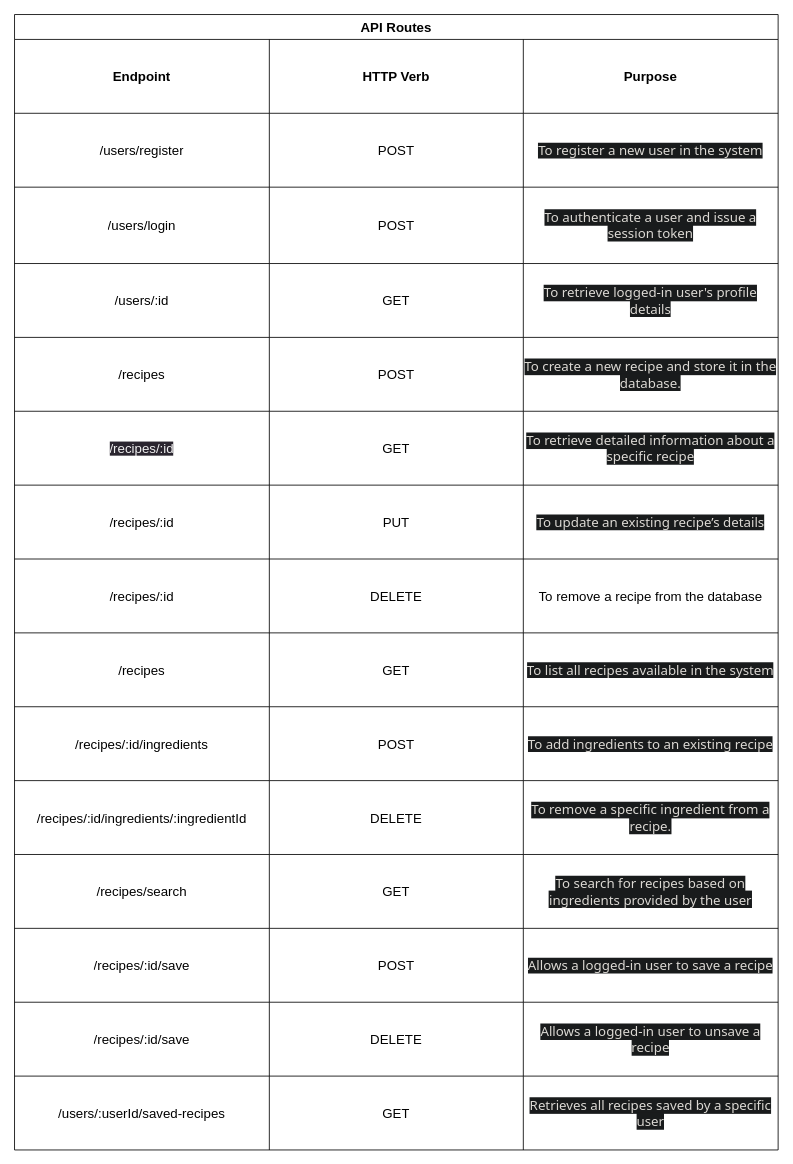
Before: planning/api_routes.drawio in christopherthai/chefmate-ai, a draw.io diagram. Source tidied: cells renumbered, new cells numbered last; positions are measured from the earlier drawing's top-left corner, leaving out a move shared by most shapes. Both pictures are drawn from the tidied source at 83%, with x=0, y=0 at pixel (14, 14).
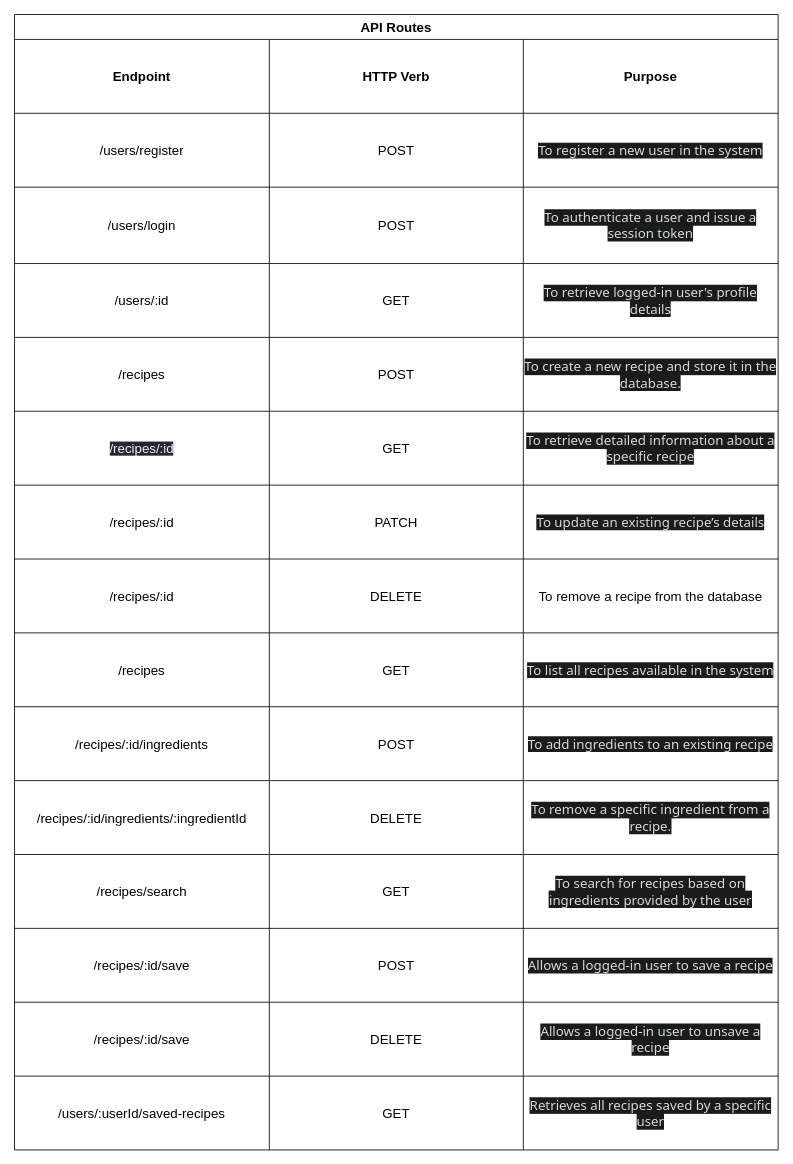
Above is the later version.

Unchanged cells that the change refers to:
```xml
<mxCell id="27" style="shape=tableRow;horizontal=0;startSize=0;swimlaneHead=0;swimlaneBody=0;top=0;left=0;bottom=0;right=0;fillColor=none;" parent="2" vertex="1">
  <mxGeometry y="567" width="920" height="89" as="geometry" />
</mxCell>
```

Change to the diagram source:
```diff
@@
-    <mxCell id="29" value="&lt;font style=&quot;font-size: 16px;&quot;&gt;PUT&lt;/font&gt;" style="shape=partialRectangle;html=1;whiteSpace=wrap;fillColor=none;top=0;left=0;bottom=0;right=0;overflow=hidden;" parent="27" vertex="1">
+    <mxCell id="29" value="&lt;font style=&quot;font-size: 16px;&quot;&gt;PATCH&lt;/font&gt;" style="shape=partialRectangle;html=1;whiteSpace=wrap;fillColor=none;top=0;left=0;bottom=0;right=0;overflow=hidden;" parent="27" vertex="1">
       <mxGeometry x="307" width="306" height="89" as="geometry" />
     </mxCell>
```
